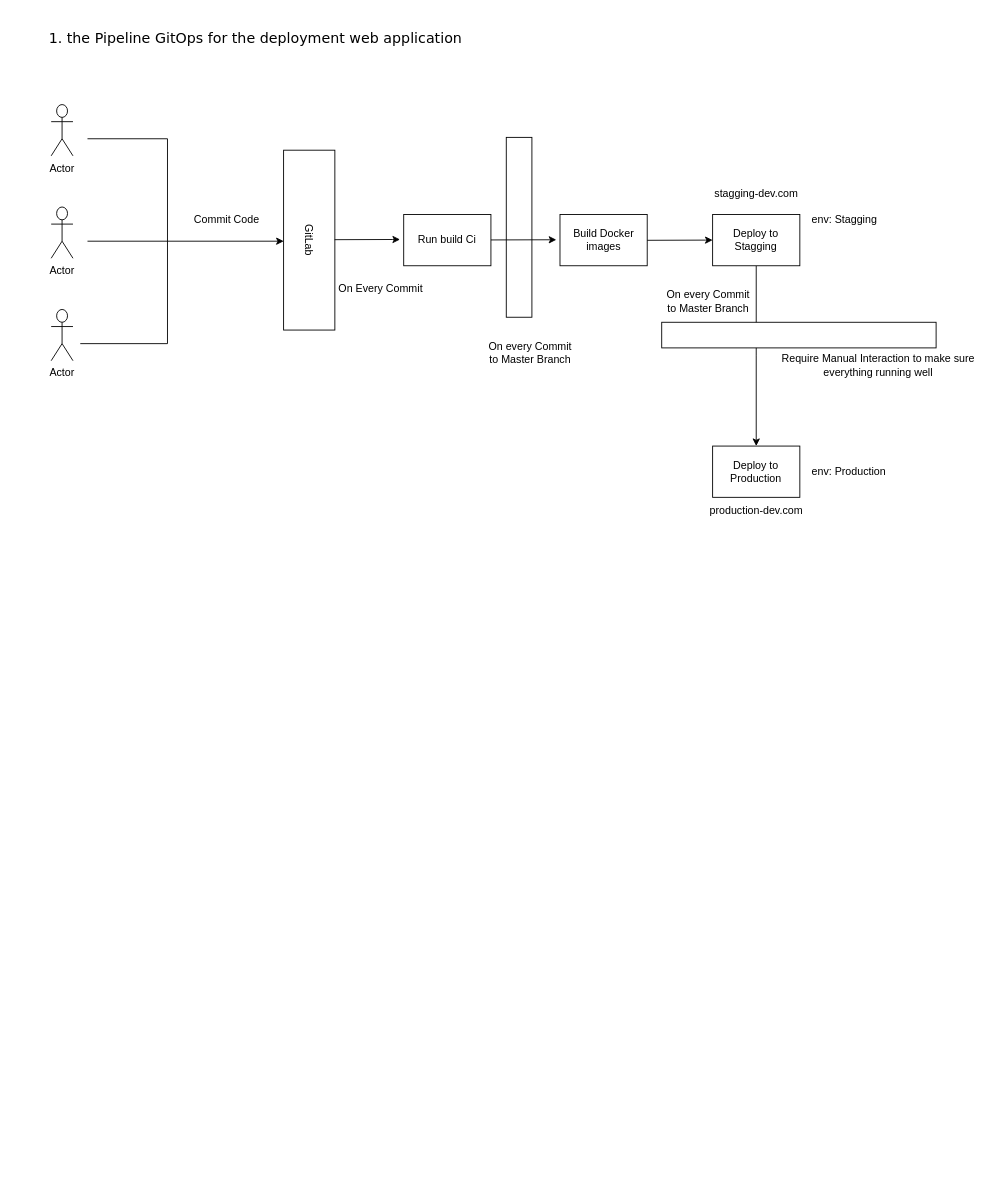
chandrafebrian/Architectural-Design-Test-chandra-febrian-efishery keeps this draw.io diagram as pipeline-gitops.drawio. Above is the earlier version. Source tidied: cells renumbered, new cells numbered last; positions are measured from the earlier drawing's top-left corner, leaving out a move shared by most shapes. Both pictures are drawn from the tidied source at 89%, with x=0, y=0 at pixel (24, 24).
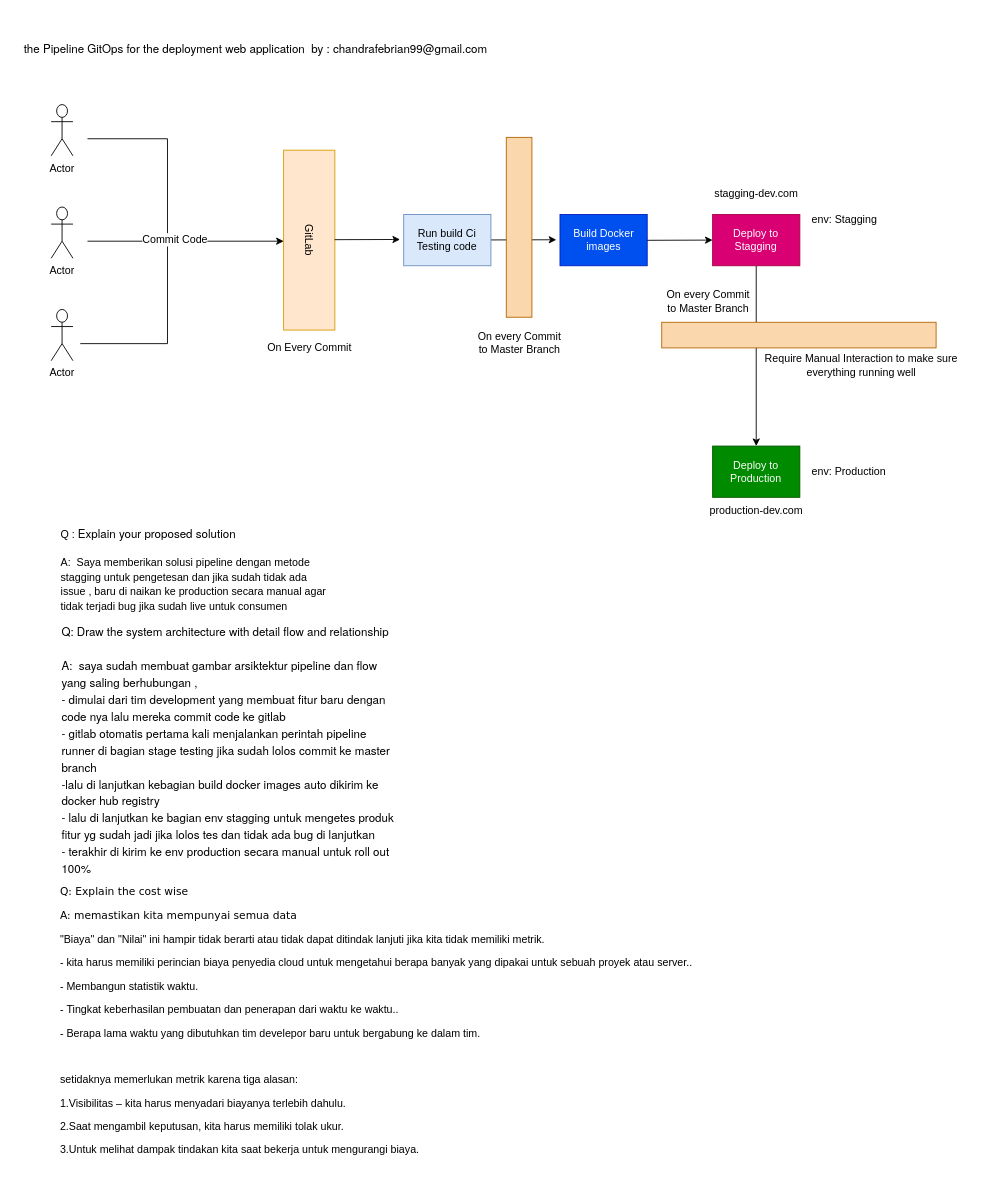
The same diagram, later.

The edit, as a diff of the source:
```diff
@@
-    <mxCell id="2" style="group;" parent="1" vertex="1">
+    <mxCell id="2" style="group;labelBackgroundColor=default;" parent="1" vertex="1">
       <mxGeometry x="30" y="90" width="1004.5" height="471.2" as="geometry" />
     </mxCell>
-    <mxCell id="3" style="rounded=0;whiteSpace=wrap;html=1;rotation=90;" parent="2" vertex="1">
-      <mxGeometry x="424.7" y="123.5" width="202.1" height="28.8" as="geometry" />
-    </mxCell>
@@
-    <mxCell id="12" value="Commit Code" style="text;html=1;align=center;verticalAlign=middle;strokeColor=none;fillColor=none;" parent="2" vertex="1">
-      <mxGeometry x="147" y="115.1" width="100" height="30" as="geometry" />
+    <mxCell id="12" value="Commit Code" style="text;html=1;align=center;verticalAlign=middle;strokeColor=none;fillColor=none;labelBackgroundColor=default;" parent="2" vertex="1">
+      <mxGeometry x="88.9" y="137.3" width="100" height="30" as="geometry" />
     </mxCell>
-    <mxCell id="13" value="GitLab" style="rounded=0;whiteSpace=wrap;html=1;rotation=90;" parent="2" vertex="1">
+    <mxCell id="13" value="GitLab" style="rounded=0;whiteSpace=wrap;html=1;rotation=90;fillColor=#ffe6cc;strokeColor=#d79b00;" parent="2" vertex="1">
       <mxGeometry x="188.9" y="123.5" width="202.1" height="57.6" as="geometry" />
     </mxCell>
@@
+    <mxCell id="16" style="endArrow=classic;html=1;rounded=0;" parent="2" edge="1">
+      <mxGeometry relative="1" as="geometry">
+        <mxPoint x="494.1" y="152.1" as="sourcePoint" />
+        <mxPoint x="567.6" y="151.9" as="targetPoint" />
+        <Array as="points">
+          <mxPoint x="559.4" y="151.9" />
+        </Array>
+      </mxGeometry>
+    </mxCell>
-    <mxCell id="15" value="Run build Ci" style="rounded=0;whiteSpace=wrap;html=1;" parent="2" vertex="1">
+    <mxCell id="15" value="Run build Ci&lt;br&gt;Testing code" style="rounded=0;whiteSpace=wrap;html=1;fillColor=#dae8fc;strokeColor=#6c8ebf;" parent="2" vertex="1">
       <mxGeometry x="396.1" y="123.5" width="98" height="57.6" as="geometry" />
     </mxCell>
-    <mxCell id="16" style="endArrow=classic;html=1;rounded=0;" parent="2" edge="1">
-      <mxGeometry relative="1" as="geometry">
-        <mxPoint x="494.1" y="152.1" as="sourcePoint" />
-        <mxPoint x="567.6" y="151.9" as="targetPoint" />
-        <Array as="points">
-          <mxPoint x="559.4" y="151.9" />
-        </Array>
-      </mxGeometry>
-    </mxCell>
-    <mxCell id="17" value="On Every Commit" style="text;html=1;align=center;verticalAlign=middle;strokeColor=none;fillColor=none;" parent="2" vertex="1">
-      <mxGeometry x="310.3" y="191.8" width="120" height="30" as="geometry" />
+    <mxCell id="17" value="On Every Commit" style="text;html=1;align=center;verticalAlign=middle;strokeColor=none;fillColor=none;labelBackgroundColor=default;" parent="2" vertex="1">
+      <mxGeometry x="229.9" y="257.8" width="120" height="30" as="geometry" />
     </mxCell>
     <mxCell id="18" value="On every Commit&lt;br&gt;to Master Branch" style="text;html=1;align=center;verticalAlign=middle;strokeColor=none;fillColor=none;" parent="2" vertex="1">
-      <mxGeometry x="477.8" y="259" width="120" height="40" as="geometry" />
+      <mxGeometry x="465.7" y="247.8" width="120" height="40" as="geometry" />
     </mxCell>
-    <mxCell id="19" value="Build Docker images" style="rounded=0;whiteSpace=wrap;html=1;" parent="2" vertex="1">
+    <mxCell id="19" value="Build Docker images" style="rounded=0;whiteSpace=wrap;html=1;fillColor=#0050ef;fontColor=#ffffff;strokeColor=#001DBC;" parent="2" vertex="1">
       <mxGeometry x="571.7" y="123.5" width="98" height="57.6" as="geometry" />
     </mxCell>
@@
-    <mxCell id="22" value="Deploy to Stagging" style="rounded=0;whiteSpace=wrap;html=1;" parent="2" vertex="1">
+    <mxCell id="22" value="Deploy to Stagging" style="rounded=0;whiteSpace=wrap;html=1;fillColor=#d80073;fontColor=#ffffff;strokeColor=#A50040;" parent="2" vertex="1">
       <mxGeometry x="743.2" y="123.5" width="98" height="57.6" as="geometry" />
     </mxCell>
@@
-    <mxCell id="24" style="rounded=0;whiteSpace=wrap;html=1;rotation=-180;" parent="2" vertex="1">
+    <mxCell id="24" style="rounded=0;whiteSpace=wrap;html=1;rotation=-180;fillColor=#fad7ac;strokeColor=#b46504;" parent="2" vertex="1">
       <mxGeometry x="686" y="244.6" width="308.3" height="28.8" as="geometry" />
     </mxCell>
-    <mxCell id="25" value="Deploy to Production" style="rounded=0;whiteSpace=wrap;html=1;" parent="2" vertex="1">
+    <mxCell id="25" value="Deploy to Production" style="rounded=0;whiteSpace=wrap;html=1;fillColor=#008a00;fontColor=#ffffff;strokeColor=#005700;" parent="2" vertex="1">
       <mxGeometry x="743.2" y="383.7" width="98" height="57.6" as="geometry" />
     </mxCell>
@@
     <mxCell id="27" value="Require Manual Interaction to make sure&lt;br&gt;everything running well" style="text;html=1;align=center;verticalAlign=middle;strokeColor=none;fillColor=none;" parent="2" vertex="1">
-      <mxGeometry x="808.5" y="273.4" width="240" height="40" as="geometry" />
+      <mxGeometry x="790" y="273.4" width="240" height="40" as="geometry" />
     </mxCell>
@@
+    <mxCell id="3" style="rounded=0;whiteSpace=wrap;html=1;rotation=90;fillColor=#fad7ac;strokeColor=#b46504;" parent="2" vertex="1">
+      <mxGeometry x="424.7" y="123.5" width="202.1" height="28.8" as="geometry" />
+    </mxCell>
-    <mxCell id="31" value="&lt;div style=&quot;text-align: start;&quot; title=&quot;Page 2&quot; class=&quot;page&quot;&gt;&lt;div style=&quot;background-color: rgb(255, 255, 255);&quot; class=&quot;section&quot;&gt;&lt;div class=&quot;layoutArea&quot;&gt;&lt;div class=&quot;column&quot;&gt;&lt;ol&gt;&lt;li style=&quot;font-size: 12pt; font-family: Verdana;&quot;&gt;&lt;p&gt;&lt;span style=&quot;font-size: 12pt;&quot;&gt;the Pipeline GitOps for the deployment web application&lt;/span&gt;&lt;/p&gt;&lt;/li&gt;&lt;/ol&gt;&lt;/div&gt;&lt;/div&gt;&lt;/div&gt;&lt;/div&gt;" style="text;html=1;strokeColor=none;fillColor=none;align=center;verticalAlign=middle;whiteSpace=wrap;rounded=0;" parent="1" vertex="1">
-      <mxGeometry width="500" height="30" as="geometry" />
+    <mxCell id="31" value="&lt;p style=&quot;margin: 0px; font-stretch: normal; font-size: 13px; line-height: normal; font-family: &amp;quot;Helvetica Neue&amp;quot;;&quot;&gt;the Pipeline GitOps for the deployment web application &amp;nbsp;by : chandrafebrian99@gmail.com&lt;/p&gt;&lt;p style=&quot;margin: 0px; font-stretch: normal; font-size: 13px; line-height: normal; font-family: &amp;quot;Helvetica Neue&amp;quot;;&quot;&gt;&lt;br&gt;&lt;/p&gt;" style="text;html=1;strokeColor=none;fillColor=none;align=center;verticalAlign=middle;whiteSpace=wrap;rounded=0;" parent="1" vertex="1">
+      <mxGeometry x="-10" y="20" width="540" height="30" as="geometry" />
     </mxCell>
+    <mxCell id="32" value="&lt;div style=&quot;text-align: left;&quot;&gt;&lt;br&gt;&lt;/div&gt;&lt;div style=&quot;text-align: left;&quot;&gt;Q :&amp;nbsp;&lt;span style=&quot;font-family: &amp;quot;Helvetica Neue&amp;quot;; font-size: 13px;&quot;&gt;Explain your proposed solution&lt;/span&gt;&lt;/div&gt;&lt;span style=&quot;font-family: &amp;quot;Helvetica Neue&amp;quot;; font-size: 13px;&quot;&gt;&lt;div style=&quot;text-align: left;&quot;&gt;&lt;span style=&quot;font-family: Helvetica; font-size: 12px;&quot;&gt;&lt;br&gt;&lt;/span&gt;&lt;/div&gt;&lt;div style=&quot;text-align: left;&quot;&gt;&lt;span style=&quot;font-family: Helvetica; font-size: 12px;&quot;&gt;A: &amp;nbsp;Saya memberikan solusi pipeline dengan metode stagging untuk pengetesan dan jika sudah tidak ada issue , baru di naikan ke production secara manual agar tidak terjadi bug jika sudah live untuk consumen&lt;/span&gt;&lt;/div&gt;&lt;/span&gt;" style="text;html=1;strokeColor=none;fillColor=none;align=center;verticalAlign=middle;whiteSpace=wrap;rounded=0;labelBackgroundColor=default;" parent="1" vertex="1">
+      <mxGeometry x="40" y="590" width="310" height="30" as="geometry" />
+    </mxCell>
+    <mxCell id="33" value="&lt;p style=&quot;margin: 0px; font-stretch: normal; font-size: 13px; line-height: normal; font-family: &amp;quot;Helvetica Neue&amp;quot;;&quot;&gt;Q: Draw the system architecture with detail flow and relationship&lt;/p&gt;&lt;p style=&quot;margin: 0px; font-stretch: normal; font-size: 13px; line-height: normal; font-family: &amp;quot;Helvetica Neue&amp;quot;;&quot;&gt;&lt;br&gt;&lt;/p&gt;&lt;p style=&quot;margin: 0px; font-stretch: normal; font-size: 13px; line-height: normal; font-family: &amp;quot;Helvetica Neue&amp;quot;;&quot;&gt;A: &amp;nbsp;saya sudah membuat gambar arsiktektur pipeline dan flow yang saling berhubungan ,&amp;nbsp;&lt;/p&gt;&lt;p style=&quot;margin: 0px; font-stretch: normal; font-size: 13px; line-height: normal; font-family: &amp;quot;Helvetica Neue&amp;quot;;&quot;&gt;- dimulai dari tim development yang membuat fitur baru dengan code nya lalu mereka commit code ke gitlab&lt;/p&gt;&lt;p style=&quot;margin: 0px; font-stretch: normal; font-size: 13px; line-height: normal; font-family: &amp;quot;Helvetica Neue&amp;quot;;&quot;&gt;- gitlab otomatis pertama kali menjalankan perintah pipeline runner di bagian stage testing jika sudah lolos commit ke master branch&lt;/p&gt;&lt;p style=&quot;margin: 0px; font-stretch: normal; font-size: 13px; line-height: normal; font-family: &amp;quot;Helvetica Neue&amp;quot;;&quot;&gt;-lalu di lanjutkan kebagian build docker images auto dikirim ke docker hub registry&amp;nbsp;&lt;/p&gt;&lt;p style=&quot;margin: 0px; font-stretch: normal; font-size: 13px; line-height: normal; font-family: &amp;quot;Helvetica Neue&amp;quot;;&quot;&gt;- lalu di lanjutkan ke bagian env stagging untuk mengetes produk fitur yg sudah jadi jika lolos tes dan tidak ada bug di lanjutkan&lt;/p&gt;&lt;p style=&quot;margin: 0px; font-stretch: normal; font-size: 13px; line-height: normal; font-family: &amp;quot;Helvetica Neue&amp;quot;;&quot;&gt;- terakhir di kirim ke env production secara manual untuk roll out 100%&lt;/p&gt;" style="text;html=1;strokeColor=none;fillColor=none;align=left;verticalAlign=middle;whiteSpace=wrap;rounded=0;labelBackgroundColor=default;" parent="1" vertex="1">
+      <mxGeometry x="40" y="800" width="380" height="30" as="geometry" />
+    </mxCell>
+    <mxCell id="34" value="&lt;div style=&quot;text-align: start;&quot; title=&quot;Page 2&quot; class=&quot;page&quot;&gt;&lt;div style=&quot;background-color: rgb(255, 255, 255);&quot; class=&quot;section&quot;&gt;&lt;div class=&quot;layoutArea&quot;&gt;&lt;div class=&quot;column&quot;&gt;&lt;ol style=&quot;list-style-type: none;&quot; start=&quot;0&quot;&gt;&lt;li&gt;&lt;p&gt;&lt;span style=&quot;font-family: Verdana;&quot;&gt;&lt;font style=&quot;font-size: 12px;&quot;&gt;Q: Explain the cost wise&lt;/font&gt;&lt;/span&gt;&lt;/p&gt;&lt;p&gt;&lt;font face=&quot;Verdana&quot;&gt;A: memastikan kita mempunyai semua data&lt;/font&gt;&lt;/p&gt;&lt;p&gt;&lt;span style=&quot;font-family: inherit;&quot;&gt;&quot;Biaya&quot; dan &quot;Nilai&quot; ini hampir tidak berarti atau tidak dapat ditindak lanjuti jika kita tidak memiliki metrik&lt;/span&gt;&lt;span style=&quot;font-family: inherit;&quot;&gt;.&lt;/span&gt;&lt;/p&gt;&lt;p&gt;- kita&lt;span style=&quot;font-family: inherit;&quot;&gt;&amp;nbsp;harus memiliki perincian biaya penyedia cloud untuk mengetahui berapa banyak yang dipakai untuk sebuah proyek atau server.&lt;/span&gt;.&lt;/p&gt;&lt;p&gt;-&amp;nbsp;&lt;span style=&quot;font-family: inherit;&quot;&gt;Membangun statistik waktu.&lt;/span&gt;&lt;/p&gt;&lt;p&gt;-&amp;nbsp;&lt;span style=&quot;font-family: inherit;&quot;&gt;Tingkat keberhasilan pembuatan dan penerapan dari waktu ke waktu.&lt;/span&gt;.&lt;/p&gt;&lt;p&gt;-&amp;nbsp;&lt;span style=&quot;font-family: inherit;&quot;&gt;Berapa lama waktu yang dibutuhkan tim develepor baru untuk bergabung ke dalam tim.&lt;/span&gt;&lt;/p&gt;&lt;p&gt;&lt;span style=&quot;font-family: inherit;&quot;&gt;&lt;br&gt;&lt;/span&gt;&lt;/p&gt;&lt;p&gt;&lt;span style=&quot;font-family: inherit;&quot;&gt;setidaknya memerlukan metrik karena tiga alasan:&lt;/span&gt;&lt;/p&gt;&lt;p&gt;&lt;span style=&quot;font-family: inherit;&quot;&gt;1.Visibilitas – kita harus menyadari biayanya terlebih dahulu.&lt;/span&gt;&lt;/p&gt;&lt;p&gt;&lt;span style=&quot;font-family: inherit;&quot;&gt;2.Saat mengambil keputusan, kita harus memiliki tolak ukur.&lt;/span&gt;&lt;/p&gt;&lt;p&gt;&lt;span style=&quot;font-family: inherit;&quot;&gt;3.Untuk melihat dampak tindakan kita saat bekerja untuk mengurangi biaya.&lt;/span&gt;&lt;/p&gt;&lt;/li&gt;&lt;/ol&gt;&lt;/div&gt;&lt;/div&gt;&lt;/div&gt;&lt;/div&gt;" style="text;html=1;align=center;verticalAlign=middle;strokeColor=none;fillColor=none;" parent="1" vertex="1">
+      <mxGeometry x="-10" y="950" width="770" height="340" as="geometry" />
+    </mxCell>
```
